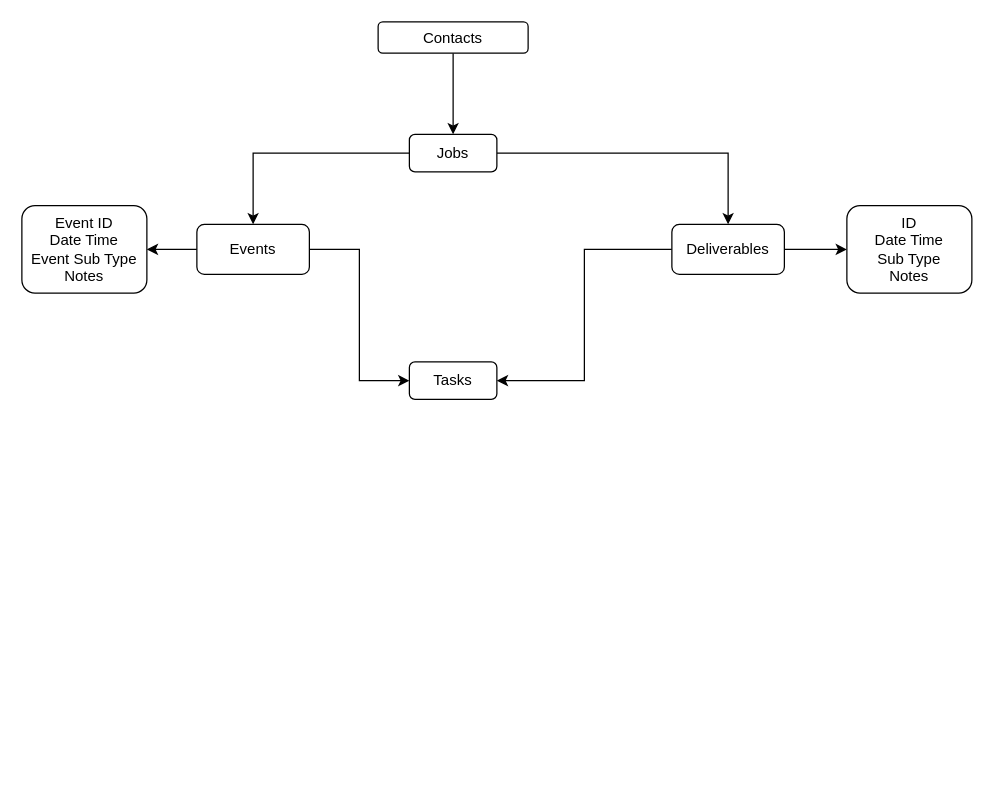
ai-next-zen/diagrams keeps this draw.io diagram as page "Page-7" (7 of 9) of 11.drawio. Above is the earlier version. Source tidied: cells renumbered, new cells numbered last; positions are measured from the earlier drawing's top-left corner, leaving out a move shared by most shapes. Both pictures are drawn from the tidied source at 125%, with x=0, y=0 at pixel (21, 21).
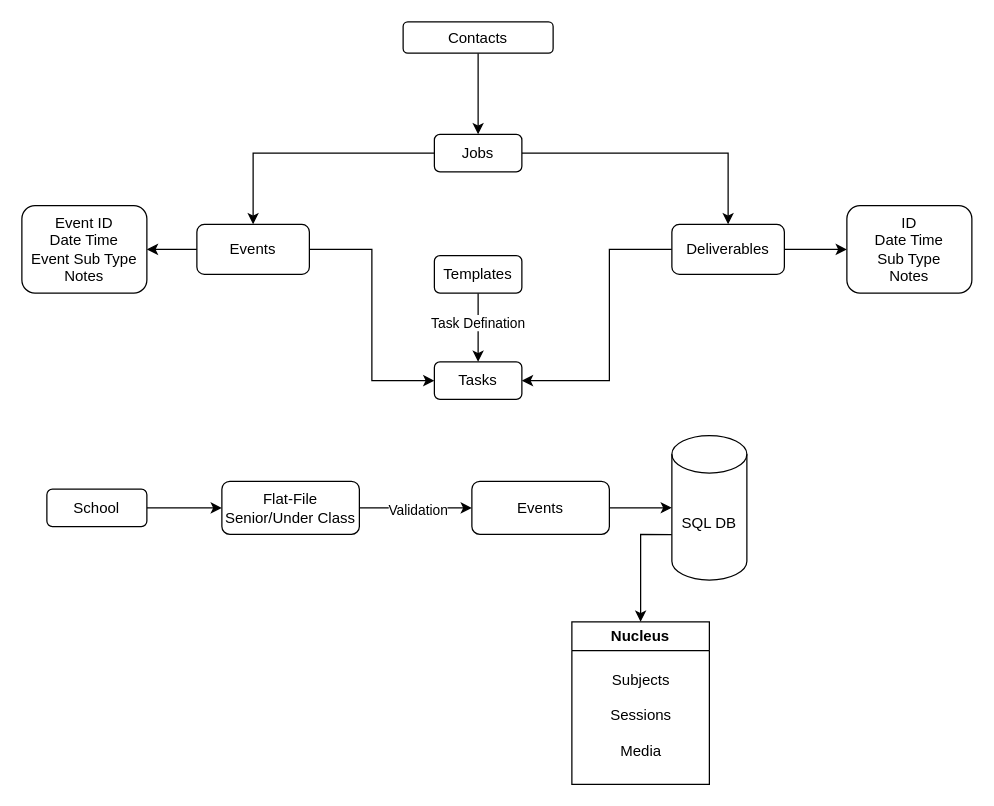
The same page after the edit.

Unchanged cells that the change refers to:
```xml
<mxCell id="10" value="Deliverables" style="whiteSpace=wrap;html=1;rounded=1;" parent="1" vertex="1">
  <mxGeometry x="520" y="162" width="90" height="40" as="geometry" />
</mxCell>
```

Diff of the diagram source:
```diff
@@
     <mxCell id="4" value="Jobs" style="rounded=1;whiteSpace=wrap;html=1;" parent="1" vertex="1">
-      <mxGeometry x="310" y="90" width="70" height="30" as="geometry" />
+      <mxGeometry x="330" y="90" width="70" height="30" as="geometry" />
     </mxCell>
@@
     <mxCell id="9" style="edgeStyle=orthogonalEdgeStyle;rounded=0;jettySize=auto;html=1;entryX=1;entryY=0.5;entryDx=0;entryDy=0;" parent="1" edge="1" source="10" target="14">
-      <mxGeometry relative="1" as="geometry" />
+      <mxGeometry relative="1" as="geometry">
+        <Array as="points">
+          <mxPoint x="470" y="182" />
+          <mxPoint x="470" y="287" />
+        </Array>
+      </mxGeometry>
     </mxCell>
@@
     <mxCell id="14" value="Tasks" style="rounded=1;whiteSpace=wrap;html=1;" parent="1" vertex="1">
-      <mxGeometry x="310" y="272" width="70" height="30" as="geometry" />
+      <mxGeometry x="330" y="272" width="70" height="30" as="geometry" />
     </mxCell>
@@
     <mxCell id="16" value="Contacts" style="whiteSpace=wrap;html=1;rounded=1;" parent="1" vertex="1">
-      <mxGeometry x="285" width="120" height="25" as="geometry" />
+      <mxGeometry x="305" width="120" height="25" as="geometry" />
     </mxCell>
+    <mxCell id="17" style="edgeStyle=orthogonalEdgeStyle;rounded=0;jettySize=auto;html=1;" parent="1" edge="1" source="18" target="21">
+      <mxGeometry relative="1" as="geometry" />
+    </mxCell>
+    <mxCell id="18" value="School" style="rounded=1;whiteSpace=wrap;html=1;" parent="1" vertex="1">
+      <mxGeometry x="20" y="373.8" width="80" height="30" as="geometry" />
+    </mxCell>
+    <mxCell id="19" style="edgeStyle=orthogonalEdgeStyle;rounded=0;jettySize=auto;html=1;" parent="1" edge="1" source="21">
+      <mxGeometry relative="1" as="geometry">
+        <mxPoint x="360" y="388.8" as="targetPoint" />
+      </mxGeometry>
+    </mxCell>
+    <mxCell id="20" value="Validation" style="edgeLabel;html=1;align=center;verticalAlign=middle;" parent="19" vertex="1">
+      <mxGeometry x="0.04" y="-1" relative="1" as="geometry" />
+    </mxCell>
+    <mxCell id="21" value="Flat-File&lt;div&gt;Senior/Under Class&lt;/div&gt;" style="whiteSpace=wrap;html=1;rounded=1;" parent="1" vertex="1">
+      <mxGeometry x="160" y="367.5" width="110" height="42.5" as="geometry" />
+    </mxCell>
+    <mxCell id="22" style="edgeStyle=orthogonalEdgeStyle;rounded=0;jettySize=auto;html=1;" parent="1" edge="1" source="30" target="26">
+      <mxGeometry relative="1" as="geometry" />
+    </mxCell>
+    <mxCell id="23" value="Nucleus" style="swimlane;whiteSpace=wrap;html=1;" parent="1" vertex="1">
+      <mxGeometry x="440" y="480" width="110" height="130" as="geometry" />
+    </mxCell>
+    <mxCell id="24" value="Subjects&lt;div&gt;&lt;br&gt;&lt;/div&gt;&lt;div&gt;Sessions&lt;/div&gt;&lt;div&gt;&lt;br&gt;&lt;/div&gt;&lt;div&gt;Media&lt;/div&gt;" style="text;html=1;align=center;verticalAlign=middle;strokeColor=none;fillColor=none;" parent="23" vertex="1">
+      <mxGeometry x="20" y="30" width="70" height="90" as="geometry" />
+    </mxCell>
+    <mxCell id="25" style="edgeStyle=orthogonalEdgeStyle;rounded=0;jettySize=auto;html=1;exitX=0;exitY=0;exitDx=0;exitDy=79.2225;exitPerimeter=0;entryX=0.5;entryY=0;entryDx=0;entryDy=0;" parent="1" edge="1" source="26" target="23">
+      <mxGeometry relative="1" as="geometry" />
+    </mxCell>
+    <mxCell id="26" value="SQL DB" style="shape=cylinder3;whiteSpace=wrap;html=1;boundedLbl=1;backgroundOutline=1;size=15;" parent="1" vertex="1">
+      <mxGeometry x="520" y="330.9" width="60" height="115.6" as="geometry" />
+    </mxCell>
+    <mxCell id="27" style="edgeStyle=orthogonalEdgeStyle;rounded=0;jettySize=auto;html=1;" parent="1" edge="1" source="29" target="14">
+      <mxGeometry relative="1" as="geometry" />
+    </mxCell>
+    <mxCell id="28" value="Task Defination" style="edgeLabel;html=1;align=center;verticalAlign=middle;" parent="27" vertex="1">
+      <mxGeometry x="-0.16" y="-1" relative="1" as="geometry" />
+    </mxCell>
+    <mxCell id="29" value="Templates" style="rounded=1;whiteSpace=wrap;html=1;" parent="1" vertex="1">
+      <mxGeometry x="330" y="187" width="70" height="30" as="geometry" />
+    </mxCell>
+    <mxCell id="30" value="&lt;div&gt;Events&lt;/div&gt;" style="whiteSpace=wrap;html=1;rounded=1;" parent="1" vertex="1">
+      <mxGeometry x="360" y="367.5" width="110" height="42.5" as="geometry" />
+    </mxCell>
```
